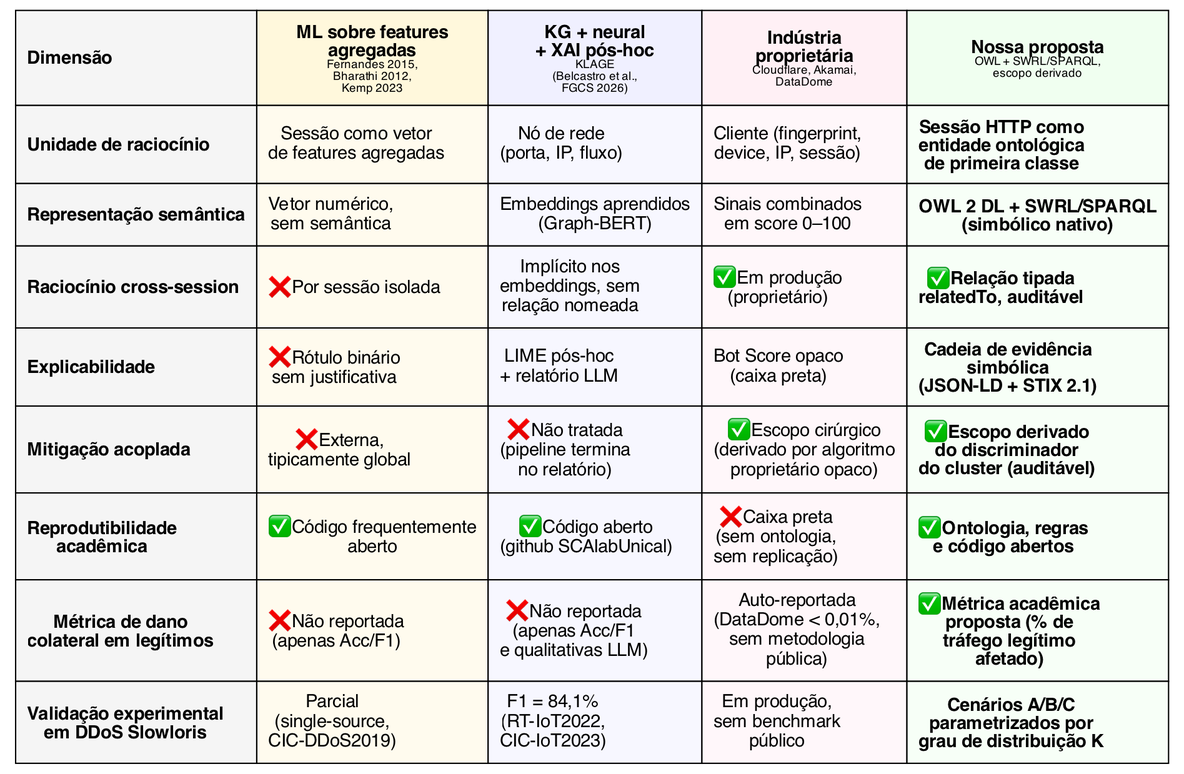
This is docs/figures/png/04-mitigation-scope-comparison.png from Natanael0liveira/knowledge-graph-ddos-article, a Graphviz export, as it was before one commit. Its source is kept beside it as docs/figures/dot/04-mitigation-scope-comparison.dot. Source of this version:
```dot

digraph MitigationScopeComparison {
    rankdir=LR;
    bgcolor="white";
    fontname="Helvetica";
    margin=0;

    node [shape=plaintext, fontname="Helvetica"];

    cmp [label=<
        <TABLE BORDER="0" CELLBORDER="1" CELLSPACING="0" CELLPADDING="8" BGCOLOR="white">
            <!-- Cabeçalho -->
            <TR>
                <TD BGCOLOR="#F5F5F5" ALIGN="LEFT"><B>Dimensão</B></TD>
                <TD BGCOLOR="#FFF8DC" ALIGN="CENTER"><B>ML sobre features<BR/>agregadas</B><BR/><FONT POINT-SIZE="9">Fernandes 2015,<BR/>Bharathi 2012,<BR/>Kemp 2023</FONT></TD>
                <TD BGCOLOR="#F0F0FF" ALIGN="CENTER"><B>KG + neural<BR/>+ XAI pós-hoc</B><BR/><FONT POINT-SIZE="9">KLAGE<BR/>(Belcastro et al.,<BR/>FGCS 2026)</FONT></TD>
                <TD BGCOLOR="#FFF0F5" ALIGN="CENTER"><B>Indústria<BR/>proprietária</B><BR/><FONT POINT-SIZE="9">Cloudflare, Akamai,<BR/>DataDome</FONT></TD>
                <TD BGCOLOR="#F0FFF0" ALIGN="CENTER"><B>Nossa proposta</B><BR/><FONT POINT-SIZE="9">OWL + SWRL/SPARQL,<BR/>escopo derivado</FONT></TD>
            </TR>

            <!-- Unidade de raciocínio -->
            <TR>
                <TD ALIGN="LEFT" BGCOLOR="#F5F5F5"><B>Unidade de raciocínio</B></TD>
                <TD ALIGN="LEFT" BGCOLOR="#FFFBEE">Sessão como vetor<BR/>de features agregadas</TD>
                <TD ALIGN="LEFT" BGCOLOR="#F7F7FF">Nó de rede<BR/>(porta, IP, fluxo)</TD>
                <TD ALIGN="LEFT" BGCOLOR="#FFF7FA">Cliente (fingerprint,<BR/>device, IP, sessão)</TD>
                <TD ALIGN="LEFT" BGCOLOR="#F7FFF7"><B>Sessão HTTP como<BR/>entidade ontológica<BR/>de primeira classe</B></TD>
            </TR>

            <!-- Representação semântica -->
            <TR>
                <TD ALIGN="LEFT" BGCOLOR="#F5F5F5"><B>Representação semântica</B></TD>
                <TD ALIGN="LEFT" BGCOLOR="#FFFBEE">Vetor numérico,<BR/>sem semântica</TD>
                <TD ALIGN="LEFT" BGCOLOR="#F7F7FF">Embeddings aprendidos<BR/>(Graph-BERT)</TD>
                <TD ALIGN="LEFT" BGCOLOR="#FFF7FA">Sinais combinados<BR/>em score 0–100</TD>
                <TD ALIGN="LEFT" BGCOLOR="#F7FFF7"><B>OWL 2 DL + SWRL/SPARQL<BR/>(simbólico nativo)</B></TD>
            </TR>

            <!-- Cross-session reasoning -->
            <TR>
                <TD ALIGN="LEFT" BGCOLOR="#F5F5F5"><B>Raciocínio cross-session</B></TD>
                <TD ALIGN="LEFT" BGCOLOR="#FFFBEE">❌ Por sessão isolada</TD>
                <TD ALIGN="LEFT" BGCOLOR="#F7F7FF">Implícito nos<BR/>embeddings, sem<BR/>relação nomeada</TD>
                <TD ALIGN="LEFT" BGCOLOR="#FFF7FA">✅ Em produção<BR/>(proprietário)</TD>
                <TD ALIGN="LEFT" BGCOLOR="#F7FFF7"><B>✅ Relação tipada<BR/>relatedTo, auditável</B></TD>
            </TR>

            <!-- Explicabilidade -->
            <TR>
                <TD ALIGN="LEFT" BGCOLOR="#F5F5F5"><B>Explicabilidade</B></TD>
                <TD ALIGN="LEFT" BGCOLOR="#FFFBEE">❌ Rótulo binário<BR/>sem justificativa</TD>
                <TD ALIGN="LEFT" BGCOLOR="#F7F7FF">LIME pós-hoc<BR/>+ relatório LLM</TD>
                <TD ALIGN="LEFT" BGCOLOR="#FFF7FA">Bot Score opaco<BR/>(caixa preta)</TD>
                <TD ALIGN="LEFT" BGCOLOR="#F7FFF7"><B>Cadeia de evidência<BR/>simbólica<BR/>(JSON-LD + STIX 2.1)</B></TD>
            </TR>

            <!-- Mitigação acoplada -->
            <TR>
                <TD ALIGN="LEFT" BGCOLOR="#F5F5F5"><B>Mitigação acoplada</B></TD>
                <TD ALIGN="LEFT" BGCOLOR="#FFFBEE">❌ Externa,<BR/>tipicamente global</TD>
                <TD ALIGN="LEFT" BGCOLOR="#F7F7FF">❌ Não tratada<BR/>(pipeline termina<BR/>no relatório)</TD>
                <TD ALIGN="LEFT" BGCOLOR="#FFF7FA">✅ Escopo cirúrgico<BR/>(derivado por algoritmo<BR/>proprietário opaco)</TD>
                <TD ALIGN="LEFT" BGCOLOR="#F7FFF7"><B>✅ Escopo derivado<BR/>do discriminador<BR/>do cluster (auditável)</B></TD>
            </TR>

            <!-- Reprodutibilidade -->
            <TR>
                <TD ALIGN="LEFT" BGCOLOR="#F5F5F5"><B>Reprodutibilidade<BR/>acadêmica</B></TD>
                <TD ALIGN="LEFT" BGCOLOR="#FFFBEE">✅ Código frequentemente<BR/>aberto</TD>
                <TD ALIGN="LEFT" BGCOLOR="#F7F7FF">✅ Código aberto<BR/>(github SCAlabUnical)</TD>
                <TD ALIGN="LEFT" BGCOLOR="#FFF7FA">❌ Caixa preta<BR/>(sem ontologia,<BR/>sem replicação)</TD>
                <TD ALIGN="LEFT" BGCOLOR="#F7FFF7"><B>✅ Ontologia, regras<BR/>e código abertos</B></TD>
            </TR>

            <!-- Métrica de dano colateral -->
            <TR>
                <TD ALIGN="LEFT" BGCOLOR="#F5F5F5"><B>Métrica de dano<BR/>colateral em legítimos</B></TD>
                <TD ALIGN="LEFT" BGCOLOR="#FFFBEE">❌ Não reportada<BR/>(apenas Acc/F1)</TD>
                <TD ALIGN="LEFT" BGCOLOR="#F7F7FF">❌ Não reportada<BR/>(apenas Acc/F1<BR/>e qualitativas LLM)</TD>
                <TD ALIGN="LEFT" BGCOLOR="#FFF7FA">Auto-reportada<BR/>(DataDome &lt; 0,01%,<BR/>sem metodologia<BR/>pública)</TD>
                <TD ALIGN="LEFT" BGCOLOR="#F7FFF7"><B>✅ Métrica acadêmica<BR/>proposta (% de<BR/>tráfego legítimo<BR/>afetado)</B></TD>
            </TR>

            <!-- Validação no caso DDoS Slowloris -->
            <TR>
                <TD ALIGN="LEFT" BGCOLOR="#F5F5F5"><B>Validação experimental<BR/>em DDoS Slowloris</B></TD>
                <TD ALIGN="LEFT" BGCOLOR="#FFFBEE">Parcial<BR/>(single-source,<BR/>CIC-DDoS2019)</TD>
                <TD ALIGN="LEFT" BGCOLOR="#F7F7FF">F1 = 84,1%<BR/>(RT-IoT2022,<BR/>CIC-IoT2023)</TD>
                <TD ALIGN="LEFT" BGCOLOR="#FFF7FA">Em produção,<BR/>sem benchmark<BR/>público</TD>
                <TD ALIGN="LEFT" BGCOLOR="#F7FFF7"><B>Cenários A/B/C<BR/>parametrizados por<BR/>grau de distribuição K</B></TD>
            </TR>
        </TABLE>
    >];
}
```
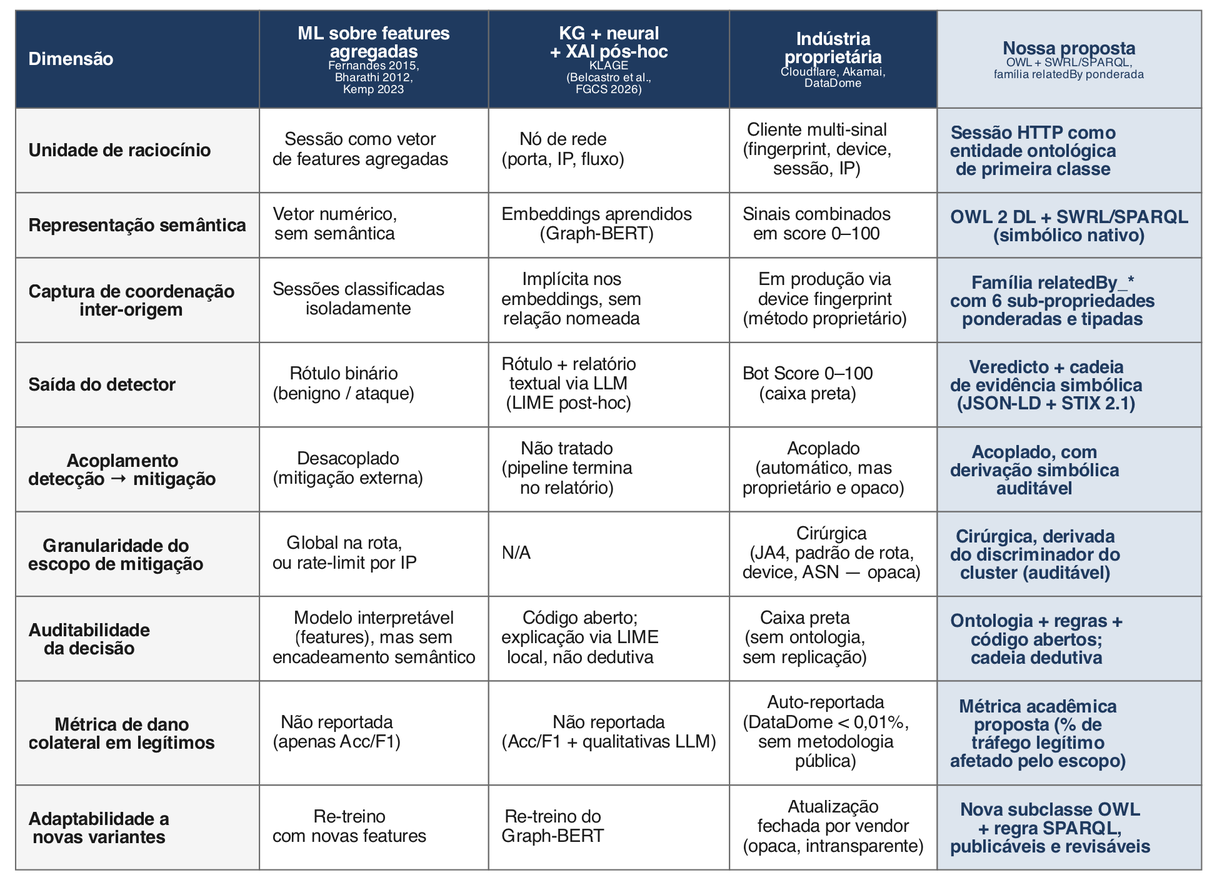
After the change.

What changed in the source:
```diff
@@ -5,89 +5,98 @@
     fontname="Helvetica";
     margin=0;
 
-    node [shape=plaintext, fontname="Helvetica"];
+    node [shape=plaintext, fontname="Helvetica", fontcolor="#1A1A1A"];
 
     cmp [label=<
-        <TABLE BORDER="0" CELLBORDER="1" CELLSPACING="0" CELLPADDING="8" BGCOLOR="white">
-            <!-- Cabeçalho -->
+        <TABLE BORDER="0" CELLBORDER="1" CELLSPACING="0" CELLPADDING="9" COLOR="#6B6B6B" BGCOLOR="white">
+            <!-- Cabeçalho (azul escuro) -->
             <TR>
-                <TD BGCOLOR="#F5F5F5" ALIGN="LEFT"><B>Dimensão</B></TD>
-                <TD BGCOLOR="#FFF8DC" ALIGN="CENTER"><B>ML sobre features<BR/>agregadas</B><BR/><FONT POINT-SIZE="9">Fernandes 2015,<BR/>Bharathi 2012,<BR/>Kemp 2023</FONT></TD>
-                <TD BGCOLOR="#F0F0FF" ALIGN="CENTER"><B>KG + neural<BR/>+ XAI pós-hoc</B><BR/><FONT POINT-SIZE="9">KLAGE<BR/>(Belcastro et al.,<BR/>FGCS 2026)</FONT></TD>
-                <TD BGCOLOR="#FFF0F5" ALIGN="CENTER"><B>Indústria<BR/>proprietária</B><BR/><FONT POINT-SIZE="9">Cloudflare, Akamai,<BR/>DataDome</FONT></TD>
-                <TD BGCOLOR="#F0FFF0" ALIGN="CENTER"><B>Nossa proposta</B><BR/><FONT POINT-SIZE="9">OWL + SWRL/SPARQL,<BR/>escopo derivado</FONT></TD>
+                <TD BGCOLOR="#1F3A5F" ALIGN="LEFT"><FONT COLOR="white"><B>Dimensão</B></FONT></TD>
+                <TD BGCOLOR="#1F3A5F" ALIGN="CENTER"><FONT COLOR="white"><B>ML sobre features<BR/>agregadas</B><BR/><FONT POINT-SIZE="9">Fernandes 2015,<BR/>Bharathi 2012,<BR/>Kemp 2023</FONT></FONT></TD>
+                <TD BGCOLOR="#1F3A5F" ALIGN="CENTER"><FONT COLOR="white"><B>KG + neural<BR/>+ XAI pós-hoc</B><BR/><FONT POINT-SIZE="9">KLAGE<BR/>(Belcastro et al.,<BR/>FGCS 2026)</FONT></FONT></TD>
+                <TD BGCOLOR="#1F3A5F" ALIGN="CENTER"><FONT COLOR="white"><B>Indústria<BR/>proprietária</B><BR/><FONT POINT-SIZE="9">Cloudflare, Akamai,<BR/>DataDome</FONT></FONT></TD>
+                <TD BGCOLOR="#DDE5EE" ALIGN="CENTER"><FONT COLOR="#1F3A5F"><B>Nossa proposta</B><BR/><FONT POINT-SIZE="9">OWL + SWRL/SPARQL,<BR/>família relatedBy ponderada</FONT></FONT></TD>
             </TR>
 
-            <!-- Unidade de raciocínio -->
+            <!-- 1. Unidade de raciocínio -->
             <TR>
                 <TD ALIGN="LEFT" BGCOLOR="#F5F5F5"><B>Unidade de raciocínio</B></TD>
-                <TD ALIGN="LEFT" BGCOLOR="#FFFBEE">Sessão como vetor<BR/>de features agregadas</TD>
-                <TD ALIGN="LEFT" BGCOLOR="#F7F7FF">Nó de rede<BR/>(porta, IP, fluxo)</TD>
-                <TD ALIGN="LEFT" BGCOLOR="#FFF7FA">Cliente (fingerprint,<BR/>device, IP, sessão)</TD>
-                <TD ALIGN="LEFT" BGCOLOR="#F7FFF7"><B>Sessão HTTP como<BR/>entidade ontológica<BR/>de primeira classe</B></TD>
+                <TD ALIGN="LEFT" BGCOLOR="white">Sessão como vetor<BR/>de features agregadas</TD>
+                <TD ALIGN="LEFT" BGCOLOR="white">Nó de rede<BR/>(porta, IP, fluxo)</TD>
+                <TD ALIGN="LEFT" BGCOLOR="white">Cliente multi-sinal<BR/>(fingerprint, device,<BR/>sessão, IP)</TD>
+                <TD ALIGN="LEFT" BGCOLOR="#DDE5EE"><FONT COLOR="#1F3A5F"><B>Sessão HTTP como<BR/>entidade ontológica<BR/>de primeira classe</B></FONT></TD>
             </TR>
 
-            <!-- Representação semântica -->
+            <!-- 2. Representação semântica -->
             <TR>
                 <TD ALIGN="LEFT" BGCOLOR="#F5F5F5"><B>Representação semântica</B></TD>
-                <TD ALIGN="LEFT" BGCOLOR="#FFFBEE">Vetor numérico,<BR/>sem semântica</TD>
-                <TD ALIGN="LEFT" BGCOLOR="#F7F7FF">Embeddings aprendidos<BR/>(Graph-BERT)</TD>
-                <TD ALIGN="LEFT" BGCOLOR="#FFF7FA">Sinais combinados<BR/>em score 0–100</TD>
-                <TD ALIGN="LEFT" BGCOLOR="#F7FFF7"><B>OWL 2 DL + SWRL/SPARQL<BR/>(simbólico nativo)</B></TD>
+                <TD ALIGN="LEFT" BGCOLOR="white">Vetor numérico,<BR/>sem semântica</TD>
+                <TD ALIGN="LEFT" BGCOLOR="white">Embeddings aprendidos<BR/>(Graph-BERT)</TD>
+                <TD ALIGN="LEFT" BGCOLOR="white">Sinais combinados<BR/>em score 0–100</TD>
+                <TD ALIGN="LEFT" BGCOLOR="#DDE5EE"><FONT COLOR="#1F3A5F"><B>OWL 2 DL + SWRL/SPARQL<BR/>(simbólico nativo)</B></FONT></TD>
             </TR>
 
-            <!-- Cross-session reasoning -->
+            <!-- 3. Captura de coordenação inter-origem -->
             <TR>
-                <TD ALIGN="LEFT" BGCOLOR="#F5F5F5"><B>Raciocínio cross-session</B></TD>
-                <TD ALIGN="LEFT" BGCOLOR="#FFFBEE">❌ Por sessão isolada</TD>
-                <TD ALIGN="LEFT" BGCOLOR="#F7F7FF">Implícito nos<BR/>embeddings, sem<BR/>relação nomeada</TD>
-                <TD ALIGN="LEFT" BGCOLOR="#FFF7FA">✅ Em produção<BR/>(proprietário)</TD>
-                <TD ALIGN="LEFT" BGCOLOR="#F7FFF7"><B>✅ Relação tipada<BR/>relatedTo, auditável</B></TD>
+                <TD ALIGN="LEFT" BGCOLOR="#F5F5F5"><B>Captura de coordenação<BR/>inter-origem</B></TD>
+                <TD ALIGN="LEFT" BGCOLOR="white">Sessões classificadas<BR/>isoladamente</TD>
+                <TD ALIGN="LEFT" BGCOLOR="white">Implícita nos<BR/>embeddings, sem<BR/>relação nomeada</TD>
+                <TD ALIGN="LEFT" BGCOLOR="white">Em produção via<BR/>device fingerprint<BR/>(método proprietário)</TD>
+                <TD ALIGN="LEFT" BGCOLOR="#DDE5EE"><FONT COLOR="#1F3A5F"><B>Família relatedBy_*<BR/>com 6 sub-propriedades<BR/>ponderadas e tipadas</B></FONT></TD>
             </TR>
 
-            <!-- Explicabilidade -->
+            <!-- 4. Saída do detector -->
             <TR>
-                <TD ALIGN="LEFT" BGCOLOR="#F5F5F5"><B>Explicabilidade</B></TD>
-                <TD ALIGN="LEFT" BGCOLOR="#FFFBEE">❌ Rótulo binário<BR/>sem justificativa</TD>
-                <TD ALIGN="LEFT" BGCOLOR="#F7F7FF">LIME pós-hoc<BR/>+ relatório LLM</TD>
-                <TD ALIGN="LEFT" BGCOLOR="#FFF7FA">Bot Score opaco<BR/>(caixa preta)</TD>
-                <TD ALIGN="LEFT" BGCOLOR="#F7FFF7"><B>Cadeia de evidência<BR/>simbólica<BR/>(JSON-LD + STIX 2.1)</B></TD>
+                <TD ALIGN="LEFT" BGCOLOR="#F5F5F5"><B>Saída do detector</B></TD>
+                <TD ALIGN="LEFT" BGCOLOR="white">Rótulo binário<BR/>(benigno / ataque)</TD>
+                <TD ALIGN="LEFT" BGCOLOR="white">Rótulo + relatório<BR/>textual via LLM<BR/>(LIME post-hoc)</TD>
+                <TD ALIGN="LEFT" BGCOLOR="white">Bot Score 0–100<BR/>(caixa preta)</TD>
+                <TD ALIGN="LEFT" BGCOLOR="#DDE5EE"><FONT COLOR="#1F3A5F"><B>Veredicto + cadeia<BR/>de evidência simbólica<BR/>(JSON-LD + STIX 2.1)</B></FONT></TD>
             </TR>
 
-            <!-- Mitigação acoplada -->
+            <!-- 5. Acoplamento detecção → mitigação -->
             <TR>
-                <TD ALIGN="LEFT" BGCOLOR="#F5F5F5"><B>Mitigação acoplada</B></TD>
-                <TD ALIGN="LEFT" BGCOLOR="#FFFBEE">❌ Externa,<BR/>tipicamente global</TD>
-                <TD ALIGN="LEFT" BGCOLOR="#F7F7FF">❌ Não tratada<BR/>(pipeline termina<BR/>no relatório)</TD>
-                <TD ALIGN="LEFT" BGCOLOR="#FFF7FA">✅ Escopo cirúrgico<BR/>(derivado por algoritmo<BR/>proprietário opaco)</TD>
-                <TD ALIGN="LEFT" BGCOLOR="#F7FFF7"><B>✅ Escopo derivado<BR/>do discriminador<BR/>do cluster (auditável)</B></TD>
+                <TD ALIGN="LEFT" BGCOLOR="#F5F5F5"><B>Acoplamento<BR/>detecção → mitigação</B></TD>
+                <TD ALIGN="LEFT" BGCOLOR="white">Desacoplado<BR/>(mitigação externa)</TD>
+                <TD ALIGN="LEFT" BGCOLOR="white">Não tratado<BR/>(pipeline termina<BR/>no relatório)</TD>
+                <TD ALIGN="LEFT" BGCOLOR="white">Acoplado<BR/>(automático, mas<BR/>proprietário e opaco)</TD>
+                <TD ALIGN="LEFT" BGCOLOR="#DDE5EE"><FONT COLOR="#1F3A5F"><B>Acoplado, com<BR/>derivação simbólica<BR/>auditável</B></FONT></TD>
             </TR>
 
-            <!-- Reprodutibilidade -->
+            <!-- 6. Granularidade do escopo de mitigação -->
             <TR>
-                <TD ALIGN="LEFT" BGCOLOR="#F5F5F5"><B>Reprodutibilidade<BR/>acadêmica</B></TD>
-                <TD ALIGN="LEFT" BGCOLOR="#FFFBEE">✅ Código frequentemente<BR/>aberto</TD>
-                <TD ALIGN="LEFT" BGCOLOR="#F7F7FF">✅ Código aberto<BR/>(github SCAlabUnical)</TD>
-                <TD ALIGN="LEFT" BGCOLOR="#FFF7FA">❌ Caixa preta<BR/>(sem ontologia,<BR/>sem replicação)</TD>
-                <TD ALIGN="LEFT" BGCOLOR="#F7FFF7"><B>✅ Ontologia, regras<BR/>e código abertos</B></TD>
+                <TD ALIGN="LEFT" BGCOLOR="#F5F5F5"><B>Granularidade do<BR/>escopo de mitigação</B></TD>
+                <TD ALIGN="LEFT" BGCOLOR="white">Global na rota,<BR/>ou rate-limit por IP</TD>
+                <TD ALIGN="LEFT" BGCOLOR="white">N/A</TD>
+                <TD ALIGN="LEFT" BGCOLOR="white">Cirúrgica<BR/>(JA4, padrão de rota,<BR/>device, ASN — opaca)</TD>
+                <TD ALIGN="LEFT" BGCOLOR="#DDE5EE"><FONT COLOR="#1F3A5F"><B>Cirúrgica, derivada<BR/>do discriminador do<BR/>cluster (auditável)</B></FONT></TD>
             </TR>
 
-            <!-- Métrica de dano colateral -->
+            <!-- 7. Auditabilidade da decisão -->
+            <TR>
+                <TD ALIGN="LEFT" BGCOLOR="#F5F5F5"><B>Auditabilidade<BR/>da decisão</B></TD>
+                <TD ALIGN="LEFT" BGCOLOR="white">Modelo interpretável<BR/>(features), mas sem<BR/>encadeamento semântico</TD>
+                <TD ALIGN="LEFT" BGCOLOR="white">Código aberto;<BR/>explicação via LIME<BR/>local, não dedutiva</TD>
+                <TD ALIGN="LEFT" BGCOLOR="white">Caixa preta<BR/>(sem ontologia,<BR/>sem replicação)</TD>
+                <TD ALIGN="LEFT" BGCOLOR="#DDE5EE"><FONT COLOR="#1F3A5F"><B>Ontologia + regras +<BR/>código abertos;<BR/>cadeia dedutiva</B></FONT></TD>
+            </TR>
+
+            <!-- 8. Métrica de dano colateral em legítimos -->
             <TR>
                 <TD ALIGN="LEFT" BGCOLOR="#F5F5F5"><B>Métrica de dano<BR/>colateral em legítimos</B></TD>
-                <TD ALIGN="LEFT" BGCOLOR="#FFFBEE">❌ Não reportada<BR/>(apenas Acc/F1)</TD>
-                <TD ALIGN="LEFT" BGCOLOR="#F7F7FF">❌ Não reportada<BR/>(apenas Acc/F1<BR/>e qualitativas LLM)</TD>
-                <TD ALIGN="LEFT" BGCOLOR="#FFF7FA">Auto-reportada<BR/>(DataDome &lt; 0,01%,<BR/>sem metodologia<BR/>pública)</TD>
-                <TD ALIGN="LEFT" BGCOLOR="#F7FFF7"><B>✅ Métrica acadêmica<BR/>proposta (% de<BR/>tráfego legítimo<BR/>afetado)</B></TD>
+                <TD ALIGN="LEFT" BGCOLOR="white">Não reportada<BR/>(apenas Acc/F1)</TD>
+                <TD ALIGN="LEFT" BGCOLOR="white">Não reportada<BR/>(Acc/F1 + qualitativas LLM)</TD>
+                <TD ALIGN="LEFT" BGCOLOR="white">Auto-reportada<BR/>(DataDome &lt; 0,01%,<BR/>sem metodologia<BR/>pública)</TD>
+                <TD ALIGN="LEFT" BGCOLOR="#DDE5EE"><FONT COLOR="#1F3A5F"><B>Métrica acadêmica<BR/>proposta (% de<BR/>tráfego legítimo<BR/>afetado pelo escopo)</B></FONT></TD>
             </TR>
 
-            <!-- Validação no caso DDoS Slowloris -->
+            <!-- 9. Adaptabilidade a novas variantes -->
             <TR>
-                <TD ALIGN="LEFT" BGCOLOR="#F5F5F5"><B>Validação experimental<BR/>em DDoS Slowloris</B></TD>
-                <TD ALIGN="LEFT" BGCOLOR="#FFFBEE">Parcial<BR/>(single-source,<BR/>CIC-DDoS2019)</TD>
-                <TD ALIGN="LEFT" BGCOLOR="#F7F7FF">F1 = 84,1%<BR/>(RT-IoT2022,<BR/>CIC-IoT2023)</TD>
-                <TD ALIGN="LEFT" BGCOLOR="#FFF7FA">Em produção,<BR/>sem benchmark<BR/>público</TD>
-                <TD ALIGN="LEFT" BGCOLOR="#F7FFF7"><B>Cenários A/B/C<BR/>parametrizados por<BR/>grau de distribuição K</B></TD>
+                <TD ALIGN="LEFT" BGCOLOR="#F5F5F5"><B>Adaptabilidade a<BR/>novas variantes</B></TD>
+                <TD ALIGN="LEFT" BGCOLOR="white">Re-treino<BR/>com novas features</TD>
+                <TD ALIGN="LEFT" BGCOLOR="white">Re-treino do<BR/>Graph-BERT</TD>
+                <TD ALIGN="LEFT" BGCOLOR="white">Atualização<BR/>fechada por vendor<BR/>(opaca, intransparente)</TD>
+                <TD ALIGN="LEFT" BGCOLOR="#DDE5EE"><FONT COLOR="#1F3A5F"><B>Nova subclasse OWL<BR/>+ regra SPARQL,<BR/>publicáveis e revisáveis</B></FONT></TD>
             </TR>
         </TABLE>
     >];
```
